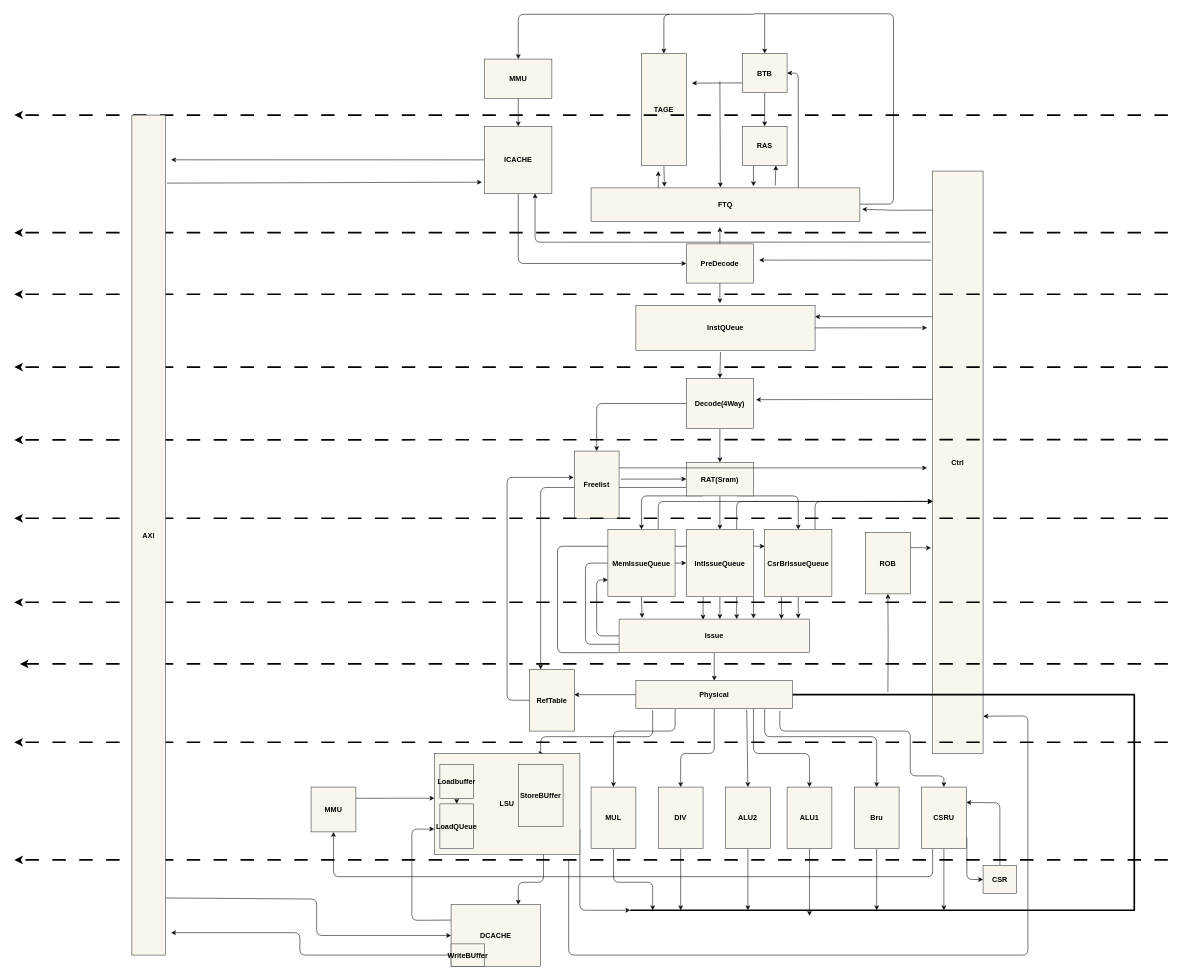
This is doc/picture/Arch.dio from xunqianxun/LongArch-liguoqi-CPU, a draw.io file, before an edit. Source tidied: cells renumbered, new cells numbered last; positions are measured from the earlier drawing's top-left corner, leaving out a move shared by most shapes. Both pictures are drawn from the tidied source at 56%, with x=0, y=0 at pixel (14, 13).
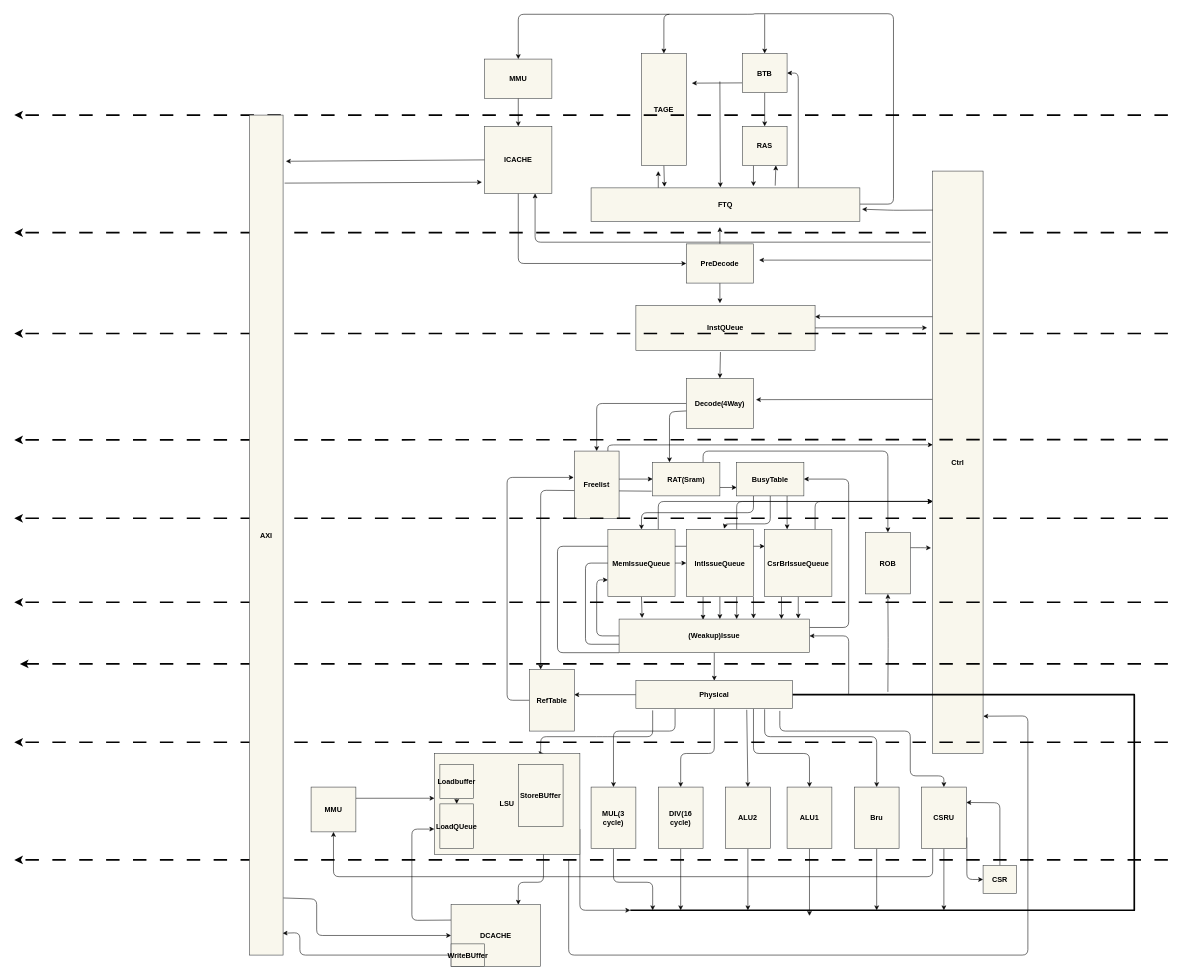
The same page after the edit.

Commit message (it also covers changes not shown here):
issue Queue design

Unchanged cells that the change refers to:
```xml
<mxCell id="8" value="&lt;b&gt;&lt;font color=&quot;#000000&quot; style=&quot;font-size: 13px;&quot;&gt;ICACHE&lt;/font&gt;&lt;/b&gt;" style="whiteSpace=wrap;html=1;fillColor=#f9f7ed;strokeColor=#36393d;" parent="1" vertex="1">
  <mxGeometry x="840" y="201" width="120" height="120" as="geometry" />
</mxCell>
<mxCell id="30" value="&lt;b&gt;&lt;font color=&quot;#000000&quot; style=&quot;font-size: 13px;&quot;&gt;Decode(4Way)&lt;/font&gt;&lt;/b&gt;" style="whiteSpace=wrap;html=1;fillColor=#f9f7ed;strokeColor=#36393d;" parent="1" vertex="1">
  <mxGeometry x="1200" y="651" width="120" height="90" as="geometry" />
</mxCell>
<mxCell id="36" value="&lt;b&gt;&lt;font color=&quot;#000000&quot; style=&quot;font-size: 13px;&quot;&gt;Ctrl&lt;/font&gt;&lt;/b&gt;" style="whiteSpace=wrap;html=1;fillColor=#f9f7ed;strokeColor=#36393d;" parent="1" vertex="1">
  <mxGeometry x="1640" y="281" width="90" height="1040" as="geometry" />
</mxCell>
<mxCell id="47" value="&lt;b&gt;&lt;font style=&quot;font-size: 13px;&quot; color=&quot;#000000&quot;&gt;MemIssueQueue&lt;/font&gt;&lt;/b&gt;" style="whiteSpace=wrap;html=1;fillColor=#f9f7ed;strokeColor=#36393d;" parent="1" vertex="1">
  <mxGeometry x="1060" y="921" width="120" height="120" as="geometry" />
</mxCell>
<mxCell id="55" value="&lt;b&gt;&lt;font color=&quot;#000000&quot; style=&quot;font-size: 13px;&quot;&gt;Freelist&lt;/font&gt;&lt;/b&gt;" style="whiteSpace=wrap;html=1;fillColor=#f9f7ed;strokeColor=#36393d;" parent="1" vertex="1">
  <mxGeometry x="1000" y="781" width="80" height="120" as="geometry" />
</mxCell>
<mxCell id="60" value="&lt;b&gt;&lt;font style=&quot;font-size: 13px;&quot; color=&quot;#000000&quot;&gt;CsrBrIssueQueue&lt;/font&gt;&lt;/b&gt;" style="whiteSpace=wrap;html=1;fillColor=#f9f7ed;strokeColor=#36393d;" parent="1" vertex="1">
  <mxGeometry x="1340" y="921" width="120" height="120" as="geometry" />
</mxCell>
<mxCell id="66" value="&lt;b&gt;&lt;font style=&quot;font-size: 13px;&quot; color=&quot;#000000&quot;&gt;IntIssueQueue&lt;/font&gt;&lt;/b&gt;" style="whiteSpace=wrap;html=1;fillColor=#f9f7ed;strokeColor=#36393d;" parent="1" vertex="1">
  <mxGeometry x="1200" y="921" width="120" height="120" as="geometry" />
</mxCell>
<mxCell id="71" value="&lt;b style=&quot;color: rgb(0, 0, 0); font-size: 13px;&quot;&gt;RefTable&lt;/b&gt;" style="whiteSpace=wrap;html=1;fillColor=#f9f7ed;strokeColor=#36393d;" parent="1" vertex="1">
  <mxGeometry x="920" y="1171" width="80" height="110" as="geometry" />
</mxCell>
<mxCell id="92" value="&lt;b style=&quot;color: rgb(0, 0, 0); font-size: 13px;&quot;&gt;ROB&lt;/b&gt;" style="whiteSpace=wrap;html=1;fillColor=#f9f7ed;strokeColor=#36393d;" parent="1" vertex="1">
  <mxGeometry x="1520" y="926" width="80" height="110" as="geometry" />
</mxCell>
<mxCell id="117" value="&lt;b style=&quot;color: rgb(0, 0, 0); font-size: 13px;&quot;&gt;WriteBUffer&lt;/b&gt;" style="whiteSpace=wrap;html=1;fillColor=#f9f7ed;strokeColor=#36393d;" parent="1" vertex="1">
  <mxGeometry x="780" y="1661" width="60" height="40" as="geometry" />
</mxCell>
```

Diff of the diagram source:
```diff
@@
-    <mxCell id="6" style="edgeStyle=none;html=1;exitX=0;exitY=0.5;exitDx=0;exitDy=0;strokeColor=#080808;strokeWidth=1;fontSize=14;fontColor=#f8f7f7;" parent="1" edge="1" source="8">
-      <mxGeometry relative="1" as="geometry">
-        <mxPoint x="280" y="260.9" as="targetPoint" />
-      </mxGeometry>
+    <mxCell id="6" style="edgeStyle=none;html=1;exitX=0;exitY=0.5;exitDx=0;exitDy=0;strokeColor=#080808;strokeWidth=1;fontSize=14;fontColor=#f8f7f7;entryX=1.084;entryY=0.055;entryDx=0;entryDy=0;entryPerimeter=0;" parent="1" edge="1" source="8" target="118">
+      <mxGeometry relative="1" as="geometry" />
     </mxCell>
@@
-    <mxCell id="27" style="edgeStyle=none;html=1;exitX=0.5;exitY=1;exitDx=0;exitDy=0;entryX=0.5;entryY=0;entryDx=0;entryDy=0;strokeColor=#030303;strokeWidth=1;fontSize=13;fontColor=#000000;" parent="1" edge="1" source="30" target="52">
-      <mxGeometry relative="1" as="geometry" />
+    <mxCell id="27" style="edgeStyle=none;html=1;exitX=0.009;exitY=0.647;exitDx=0;exitDy=0;strokeColor=#030303;strokeWidth=1;fontSize=13;fontColor=#000000;exitPerimeter=0;entryX=0.25;entryY=0;entryDx=0;entryDy=0;" parent="1" edge="1" source="30" target="52">
+      <mxGeometry relative="1" as="geometry">
+        <Array as="points">
+          <mxPoint x="1170" y="711" />
+        </Array>
+      </mxGeometry>
     </mxCell>
@@
     <mxCell id="37" style="edgeStyle=none;html=1;strokeColor=#030303;fontSize=13;fontColor=#000000;dashed=1;dashPattern=8 8;strokeWidth=3;" parent="1" edge="1">
       <mxGeometry relative="1" as="geometry">
-        <mxPoint x="2060" y="631" as="sourcePoint" />
-        <mxPoint y="631" as="targetPoint" />
+        <mxPoint x="2060" y="571" as="sourcePoint" />
+        <mxPoint y="571" as="targetPoint" />
       </mxGeometry>
     </mxCell>
-    <mxCell id="38" style="edgeStyle=none;html=1;strokeColor=#030303;fontSize=13;fontColor=#000000;dashed=1;dashPattern=8 8;strokeWidth=3;" parent="1" edge="1">
-      <mxGeometry relative="1" as="geometry">
-        <mxPoint x="2060" y="501" as="sourcePoint" />
-        <mxPoint y="501" as="targetPoint" />
-      </mxGeometry>
-    </mxCell>
@@
+    <mxCell id="122" style="edgeStyle=none;html=1;exitX=1;exitY=0.25;exitDx=0;exitDy=0;entryX=1;entryY=0.5;entryDx=0;entryDy=0;strokeColor=#000000;" parent="1" edge="1" source="44" target="130">
+      <mxGeometry relative="1" as="geometry">
+        <Array as="points">
+          <mxPoint x="1490" y="1096" />
+          <mxPoint x="1490" y="831" />
+        </Array>
+      </mxGeometry>
+    </mxCell>
-    <mxCell id="44" value="&lt;b style=&quot;color: rgb(0, 0, 0); font-size: 13px;&quot;&gt;Issue&lt;/b&gt;" style="whiteSpace=wrap;html=1;fillColor=#f9f7ed;strokeColor=#36393d;" parent="1" vertex="1">
+    <mxCell id="44" value="&lt;b style=&quot;color: rgb(0, 0, 0); font-size: 13px;&quot;&gt;(Weakup)Issue&lt;/b&gt;" style="whiteSpace=wrap;html=1;fillColor=#f9f7ed;strokeColor=#36393d;" parent="1" vertex="1">
       <mxGeometry x="1080" y="1081" width="340" height="60" as="geometry" />
     </mxCell>
@@
-    <mxCell id="48" style="edgeStyle=none;html=1;exitX=0.5;exitY=1;exitDx=0;exitDy=0;entryX=0.5;entryY=0;entryDx=0;entryDy=0;strokeColor=#030303;strokeWidth=1;fontSize=13;fontColor=#000000;" parent="1" edge="1" source="52" target="66">
-      <mxGeometry relative="1" as="geometry" />
-    </mxCell>
-    <mxCell id="49" style="edgeStyle=none;html=1;exitX=0.25;exitY=1;exitDx=0;exitDy=0;entryX=0.5;entryY=0;entryDx=0;entryDy=0;strokeColor=#030303;strokeWidth=1;fontSize=13;fontColor=#000000;" parent="1" edge="1" source="52" target="47">
-      <mxGeometry relative="1" as="geometry">
-        <Array as="points">
-          <mxPoint x="1120" y="861" />
-        </Array>
-      </mxGeometry>
-    </mxCell>
-    <mxCell id="50" style="edgeStyle=none;html=1;exitX=0.75;exitY=1;exitDx=0;exitDy=0;entryX=0.5;entryY=0;entryDx=0;entryDy=0;strokeColor=#030303;strokeWidth=1;fontSize=13;fontColor=#000000;" parent="1" edge="1" source="52" target="60">
-      <mxGeometry relative="1" as="geometry">
-        <Array as="points">
-          <mxPoint x="1400" y="861" />
-        </Array>
-      </mxGeometry>
-    </mxCell>
-    <mxCell id="51" style="edgeStyle=none;html=1;exitX=0;exitY=0.75;exitDx=0;exitDy=0;entryX=0.25;entryY=0;entryDx=0;entryDy=0;strokeColor=#080808;strokeWidth=1;fontSize=13;fontColor=#f8f7f7;" parent="1" edge="1" source="52" target="71">
+    <mxCell id="51" style="edgeStyle=none;html=1;exitX=-0.015;exitY=0.86;exitDx=0;exitDy=0;entryX=0.25;entryY=0;entryDx=0;entryDy=0;strokeColor=#080808;strokeWidth=1;fontSize=13;fontColor=#f8f7f7;exitPerimeter=0;" parent="1" edge="1" source="52" target="71">
       <mxGeometry relative="1" as="geometry">
         <Array as="points">
-          <mxPoint x="940" y="846" />
+          <mxPoint x="940" y="851" />
         </Array>
       </mxGeometry>
     </mxCell>
+    <mxCell id="123" style="edgeStyle=none;html=1;exitX=0.75;exitY=0;exitDx=0;exitDy=0;entryX=0.5;entryY=0;entryDx=0;entryDy=0;strokeColor=#000000;" parent="1" edge="1" source="52" target="92">
+      <mxGeometry relative="1" as="geometry">
+        <Array as="points">
+          <mxPoint x="1230" y="781" />
+          <mxPoint x="1560" y="781" />
+          <mxPoint x="1560" y="911" />
+        </Array>
+      </mxGeometry>
+    </mxCell>
+    <mxCell id="124" style="edgeStyle=none;html=1;exitX=1;exitY=0.75;exitDx=0;exitDy=0;entryX=0;entryY=0.75;entryDx=0;entryDy=0;strokeColor=#000000;" parent="1" edge="1" source="52" target="130">
+      <mxGeometry relative="1" as="geometry" />
+    </mxCell>
     <mxCell id="52" value="&lt;b&gt;&lt;font color=&quot;#000000&quot; style=&quot;font-size: 13px;&quot;&gt;RAT(Sram)&lt;/font&gt;&lt;/b&gt;" style="whiteSpace=wrap;html=1;fillColor=#f9f7ed;strokeColor=#36393d;" parent="1" vertex="1">
-      <mxGeometry x="1200" y="801" width="120" height="60" as="geometry" />
+      <mxGeometry x="1140" y="801" width="120" height="60" as="geometry" />
     </mxCell>
-    <mxCell id="53" style="edgeStyle=none;html=1;exitX=1.038;exitY=0.417;exitDx=0;exitDy=0;entryX=0;entryY=0.5;entryDx=0;entryDy=0;strokeColor=#030303;strokeWidth=1;fontSize=13;fontColor=#000000;exitPerimeter=0;" parent="1" edge="1" source="55" target="52">
-      <mxGeometry relative="1" as="geometry" />
+    <mxCell id="53" style="edgeStyle=none;html=1;entryX=0;entryY=0.5;entryDx=0;entryDy=0;strokeColor=#030303;strokeWidth=1;fontSize=13;fontColor=#000000;" parent="1" edge="1" target="52">
+      <mxGeometry relative="1" as="geometry">
+        <mxPoint x="1080" y="831" as="sourcePoint" />
+      </mxGeometry>
     </mxCell>
-    <mxCell id="54" style="edgeStyle=none;html=1;exitX=1;exitY=0.25;exitDx=0;exitDy=0;strokeColor=#080808;strokeWidth=1;fontSize=14;fontColor=#f8f7f7;" parent="1" edge="1" source="55">
-      <mxGeometry relative="1" as="geometry">
-        <mxPoint x="1630" y="811" as="targetPoint" />
-      </mxGeometry>
-    </mxCell>
+    <mxCell id="125" style="edgeStyle=none;html=1;exitX=0.75;exitY=0;exitDx=0;exitDy=0;entryX=0.001;entryY=0.47;entryDx=0;entryDy=0;entryPerimeter=0;strokeColor=#000000;" parent="1" edge="1" source="55" target="36">
+      <mxGeometry relative="1" as="geometry">
+        <Array as="points">
+          <mxPoint x="1060" y="770" />
+        </Array>
+      </mxGeometry>
+    </mxCell>
@@
-    <mxCell id="83" value="&lt;b style=&quot;color: rgb(0, 0, 0); font-size: 13px;&quot;&gt;MUL&lt;/b&gt;" style="whiteSpace=wrap;html=1;fillColor=#f9f7ed;strokeColor=#36393d;" parent="1" vertex="1">
+    <mxCell id="83" value="&lt;b style=&quot;color: rgb(0, 0, 0); font-size: 13px;&quot;&gt;MUL(3 cycle)&lt;/b&gt;" style="whiteSpace=wrap;html=1;fillColor=#f9f7ed;strokeColor=#36393d;" parent="1" vertex="1">
       <mxGeometry x="1030" y="1381" width="80" height="110" as="geometry" />
     </mxCell>
@@
-    <mxCell id="85" value="&lt;b style=&quot;color: rgb(0, 0, 0); font-size: 13px;&quot;&gt;DIV&lt;/b&gt;" style="whiteSpace=wrap;html=1;fillColor=#f9f7ed;strokeColor=#36393d;" parent="1" vertex="1">
+    <mxCell id="85" value="&lt;b style=&quot;color: rgb(0, 0, 0); font-size: 13px;&quot;&gt;DIV(16 cycle)&lt;/b&gt;" style="whiteSpace=wrap;html=1;fillColor=#f9f7ed;strokeColor=#36393d;" parent="1" vertex="1">
       <mxGeometry x="1150" y="1381" width="80" height="110" as="geometry" />
     </mxCell>
@@
-    <mxCell id="116" style="edgeStyle=none;html=1;exitX=0;exitY=0.5;exitDx=0;exitDy=0;strokeColor=#080808;strokeWidth=1;fontSize=14;fontColor=#f8f7f7;" parent="1" edge="1" source="117">
+    <mxCell id="116" style="edgeStyle=none;html=1;exitX=0;exitY=0.5;exitDx=0;exitDy=0;strokeColor=#080808;strokeWidth=1;fontSize=14;fontColor=#f8f7f7;entryX=0.986;entryY=0.974;entryDx=0;entryDy=0;entryPerimeter=0;" parent="1" edge="1" source="117" target="118">
       <mxGeometry relative="1" as="geometry">
-        <mxPoint x="280" y="1641" as="targetPoint" />
         <Array as="points">
           <mxPoint x="510" y="1681" />
           <mxPoint x="510" y="1641" />
         </Array>
       </mxGeometry>
     </mxCell>
@@
     <mxCell id="118" value="&lt;b&gt;&lt;font color=&quot;#000000&quot; style=&quot;font-size: 13px;&quot;&gt;AXI&lt;/font&gt;&lt;/b&gt;" style="whiteSpace=wrap;html=1;fillColor=#f9f7ed;strokeColor=#36393d;" parent="1" vertex="1">
-      <mxGeometry x="210" y="181" width="60" height="1500" as="geometry" />
+      <mxGeometry x="420" y="181" width="60" height="1500" as="geometry" />
     </mxCell>
@@
+    <mxCell id="126" style="edgeStyle=orthogonalEdgeStyle;html=1;strokeColor=#080808;strokeWidth=1;fontSize=14;fontColor=#f8f7f7;entryX=1;entryY=0.5;entryDx=0;entryDy=0;" parent="1" edge="1" target="44">
+      <mxGeometry relative="1" as="geometry">
+        <mxPoint x="1489" y="1216" as="sourcePoint" />
+        <Array as="points">
+          <mxPoint x="1490" y="1216" />
+          <mxPoint x="1490" y="1111" />
+        </Array>
+      </mxGeometry>
+    </mxCell>
+    <mxCell id="127" style="edgeStyle=none;html=1;exitX=0.25;exitY=1;exitDx=0;exitDy=0;entryX=0.5;entryY=0;entryDx=0;entryDy=0;strokeColor=#000000;" parent="1" edge="1" source="130" target="47">
+      <mxGeometry relative="1" as="geometry">
+        <Array as="points">
+          <mxPoint x="1320" y="891" />
+          <mxPoint x="1120" y="891" />
+        </Array>
+      </mxGeometry>
+    </mxCell>
+    <mxCell id="128" style="edgeStyle=none;html=1;exitX=0.5;exitY=1;exitDx=0;exitDy=0;entryX=0.564;entryY=-0.011;entryDx=0;entryDy=0;strokeColor=#000000;entryPerimeter=0;" parent="1" edge="1" source="130" target="66">
+      <mxGeometry relative="1" as="geometry">
+        <Array as="points">
+          <mxPoint x="1350" y="911" />
+          <mxPoint x="1270" y="911" />
+        </Array>
+      </mxGeometry>
+    </mxCell>
+    <mxCell id="129" style="edgeStyle=none;html=1;exitX=0.75;exitY=1;exitDx=0;exitDy=0;entryX=0.334;entryY=-0.003;entryDx=0;entryDy=0;entryPerimeter=0;strokeColor=#000000;" parent="1" edge="1" source="130" target="60">
+      <mxGeometry relative="1" as="geometry" />
+    </mxCell>
+    <mxCell id="130" value="&lt;b&gt;&lt;font color=&quot;#000000&quot; style=&quot;font-size: 13px;&quot;&gt;BusyTable&lt;/font&gt;&lt;/b&gt;" style="whiteSpace=wrap;html=1;fillColor=#f9f7ed;strokeColor=#36393d;" parent="1" vertex="1">
+      <mxGeometry x="1290" y="801" width="120" height="60" as="geometry" />
+    </mxCell>
```
